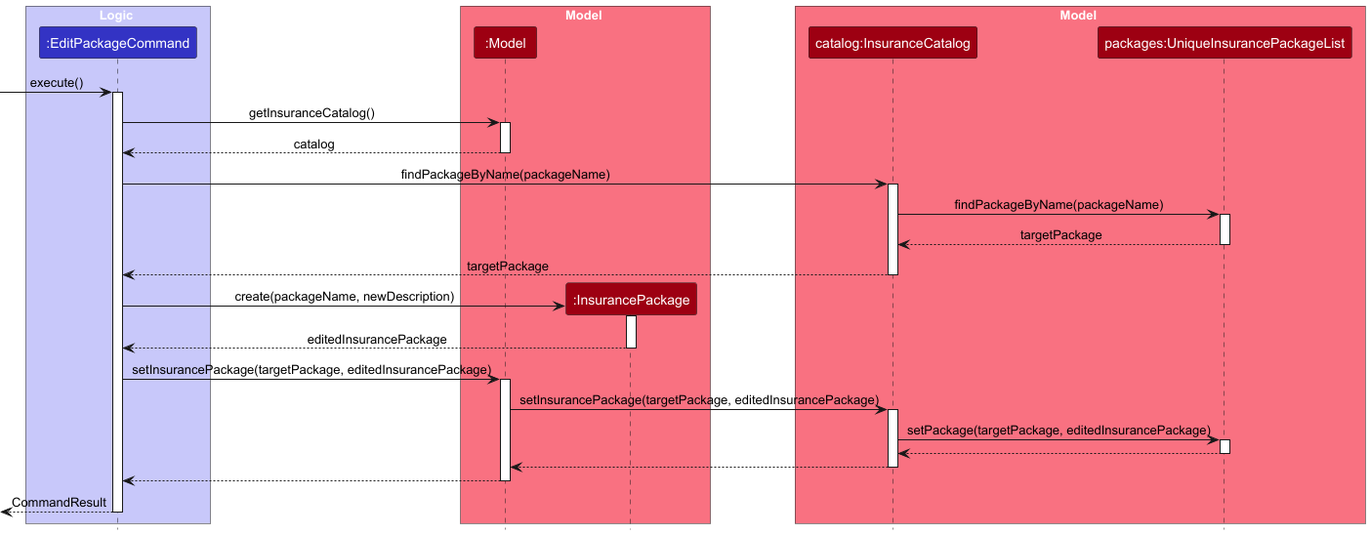
This is docs/images/EditPackageSequenceDiagram.png from owjd03/tp, a PlantUML export, as it was before one commit. The source it was exported from:
```plantuml
@startuml
!include style.puml
skinparam ArrowFontStyle plain

box Logic LOGIC_COLOR_T1
participant ":EditPackageCommand" as EditPackageCommand LOGIC_COLOR
end box

box Model MODEL_COLOR_T1
participant ":Model" as Model MODEL_COLOR
participant ":InsurancePackage" as InsurancePackage MODEL_COLOR
end box

box Model MODEL_COLOR_T1
participant "catalog:InsuranceCatalog" as InsuranceCatalog MODEL_COLOR
participant "packages:UniqueInsurancePackageList" as PackageList MODEL_COLOR
end box

-> EditPackageCommand : execute()
activate EditPackageCommand

EditPackageCommand -> Model : getInsuranceCatalog()
activate Model
Model --> EditPackageCommand : catalog
deactivate Model

EditPackageCommand -> InsuranceCatalog : findPackageByName(packageName)
activate InsuranceCatalog
InsuranceCatalog -> PackageList : findPackageByName(packageName)
activate PackageList
PackageList --> InsuranceCatalog : targetPackage
deactivate PackageList
InsuranceCatalog --> EditPackageCommand : targetPackage
deactivate InsuranceCatalog

EditPackageCommand -> InsurancePackage ** : create(packageName, newDescription)
activate InsurancePackage
InsurancePackage --> EditPackageCommand : editedInsurancePackage
deactivate InsurancePackage

EditPackageCommand -> Model : setInsurancePackage(targetPackage, editedInsurancePackage)
activate Model

Model -> InsuranceCatalog : setInsurancePackage(targetPackage, editedInsurancePackage)
activate InsuranceCatalog

InsuranceCatalog -> PackageList : setPackage(targetPackage, editedInsurancePackage)
activate PackageList
PackageList --> InsuranceCatalog
deactivate PackageList

InsuranceCatalog --> Model
deactivate InsuranceCatalog

Model --> EditPackageCommand
deactivate Model

<-- EditPackageCommand : CommandResult
deactivate EditPackageCommand

@enduml
```
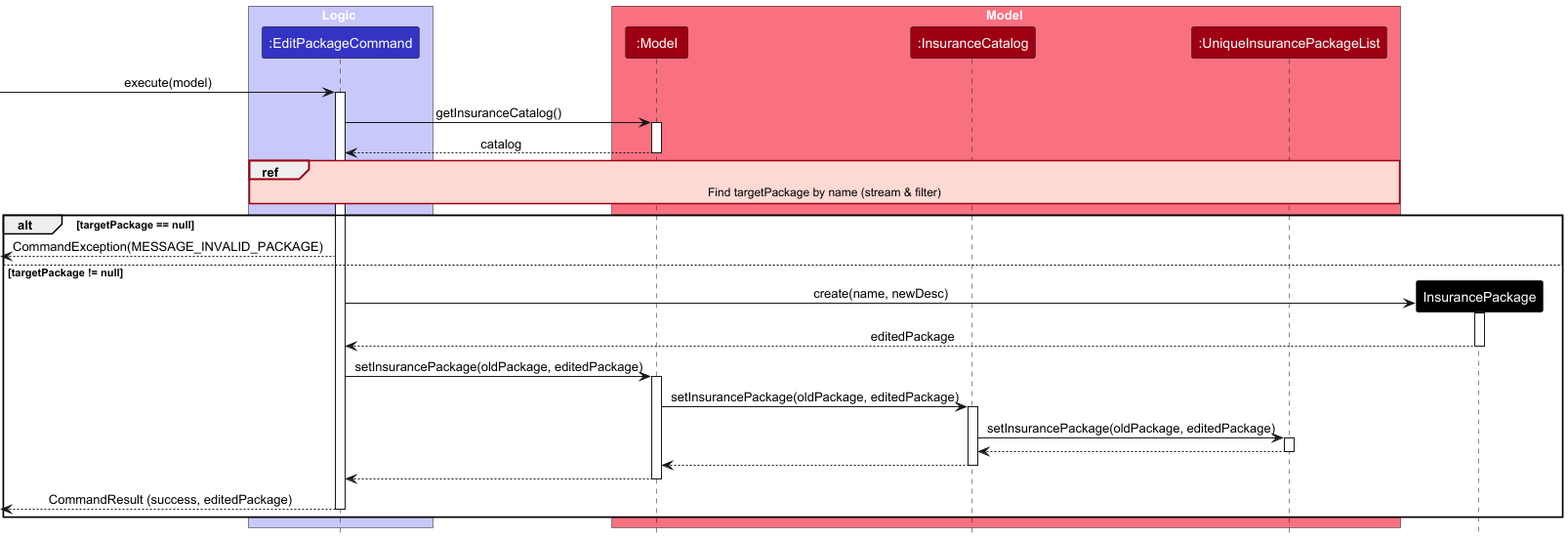
The same file after the commit.

Commit message:
Update editp diagram in DG

Change to the diagram source:
```diff
@@ -2,60 +2,54 @@
 !include style.puml
 skinparam ArrowFontStyle plain
 
-box Logic LOGIC_COLOR_T1
-participant ":EditPackageCommand" as EditPackageCommand LOGIC_COLOR
+box Logic #C8C8FA
+participant ":EditPackageCommand" as EditCmd #3333C4
 end box
 
-box Model MODEL_COLOR_T1
-participant ":Model" as Model MODEL_COLOR
-participant ":InsurancePackage" as InsurancePackage MODEL_COLOR
+box Model #F97181
+participant ":Model" as M #9D0012
+participant ":InsuranceCatalog" as Catalog #9D0012
+participant ":UniqueInsurancePackageList" as PkgList #9D0012
 end box
 
-box Model MODEL_COLOR_T1
-participant "catalog:InsuranceCatalog" as InsuranceCatalog MODEL_COLOR
-participant "packages:UniqueInsurancePackageList" as PackageList MODEL_COLOR
-end box
+[-> EditCmd : execute(model)
+activate EditCmd
 
--> EditPackageCommand : execute()
-activate EditPackageCommand
+EditCmd -> M : getInsuranceCatalog()
+activate M
+M --> EditCmd : catalog
+deactivate M
 
-EditPackageCommand -> Model : getInsuranceCatalog()
-activate Model
-Model --> EditPackageCommand : catalog
-deactivate Model
+ref over EditCmd, Catalog, PkgList : Find targetPackage by name (stream & filter)
 
-EditPackageCommand -> InsuranceCatalog : findPackageByName(packageName)
-activate InsuranceCatalog
-InsuranceCatalog -> PackageList : findPackageByName(packageName)
-activate PackageList
-PackageList --> InsuranceCatalog : targetPackage
-deactivate PackageList
-InsuranceCatalog --> EditPackageCommand : targetPackage
-deactivate InsuranceCatalog
 
-EditPackageCommand -> InsurancePackage ** : create(packageName, newDescription)
-activate InsurancePackage
-InsurancePackage --> EditPackageCommand : editedInsurancePackage
-deactivate InsurancePackage
+alt targetPackage == null
+    <-- EditCmd : CommandException(MESSAGE_INVALID_PACKAGE)
+else targetPackage != null
+    EditCmd -> InsurancePackage ** #00008B : create(name, newDesc)
+    activate InsurancePackage
+    InsurancePackage --> EditCmd : editedPackage
+    deactivate InsurancePackage
 
-EditPackageCommand -> Model : setInsurancePackage(targetPackage, editedInsurancePackage)
-activate Model
+    EditCmd -> M : setInsurancePackage(oldPackage, editedPackage)
+        activate M
 
-Model -> InsuranceCatalog : setInsurancePackage(targetPackage, editedInsurancePackage)
-activate InsuranceCatalog
+        M -> Catalog : setInsurancePackage(oldPackage, editedPackage)
+        activate Catalog
 
-InsuranceCatalog -> PackageList : setPackage(targetPackage, editedInsurancePackage)
-activate PackageList
-PackageList --> InsuranceCatalog
-deactivate PackageList
+        Catalog -> PkgList : setInsurancePackage(oldPackage, editedPackage)
+        activate PkgList
 
-InsuranceCatalog --> Model
-deactivate InsuranceCatalog
+        PkgList --> Catalog
+        deactivate PkgList
 
-Model --> EditPackageCommand
-deactivate Model
+        Catalog --> M
+        deactivate Catalog
 
-<-- EditPackageCommand : CommandResult
-deactivate EditPackageCommand
+        M --> EditCmd
+        deactivate M
 
+    <-- EditCmd : CommandResult (success, editedPackage)
+    deactivate EditCmd
+end
 @enduml
```
